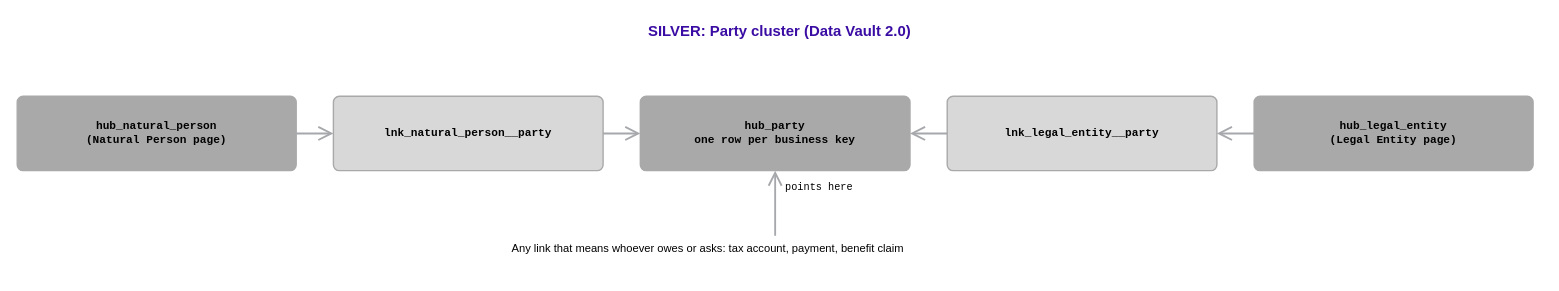
This is Rosetta/Business_Objects/Party.drawio from luisruizML/documents, a draw.io file, before an edit. Source tidied: cells renumbered, new cells numbered last; positions are measured from the earlier drawing's top-left corner, leaving out a move shared by most shapes. Both pictures are drawn from the tidied source at 93%, with x=0, y=0 at pixel (17, 16).
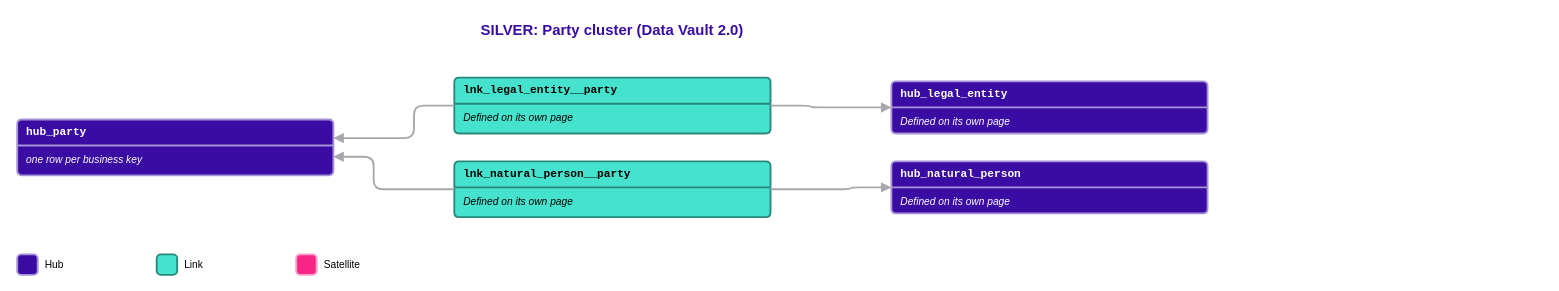
The same page after the edit.

The edit, as a diff of the source:
```diff
@@
-    <mxCell id="2" value="SILVER: Party cluster (Data Vault 2.0)" style="text;html=1;whiteSpace=wrap;labelBackgroundColor=none;fillColor=none;strokeColor=none;strokeWidth=0;fontColor=#3A0CA3;fontSize=16;fontFamily=Mulish;align=center;verticalAlign=top;fontStyle=1;" parent="1" vertex="1">
-      <mxGeometry width="1640" height="30" as="geometry" />
+    <mxCell id="2" value="SILVER: Party cluster (Data Vault 2.0)" style="text;html=1;whiteSpace=wrap;align=center;verticalAlign=middle;fontFamily=Mulish;fontStyle=1;fontSize=16;fontColor=#3A0CA3;" parent="1" vertex="1">
+      <mxGeometry width="1280" height="30" as="geometry" />
     </mxCell>
-    <mxCell id="3" value="hub_natural_person&lt;br&gt;(Natural Person page)" style="rounded=1;arcSize=8;html=1;whiteSpace=wrap;fillColor=#A9A9A9;strokeColor=#A9A9A9;strokeWidth=1.5;fontColor=#000000;fontSize=12;fontFamily=Courier New;verticalAlign=middle;align=center;fontStyle=1;" parent="1" vertex="1">
-      <mxGeometry y="86" width="300" height="80" as="geometry" />
-    </mxCell>
+    <mxCell id="15" value="hub_party" style="swimlane;html=1;whiteSpace=wrap;rounded=1;arcSize=6;startSize=28;fillColor=#3A0CA3;swimlaneFillColor=#3A0CA3;strokeColor=#A692D6;strokeWidth=2;fontFamily=Courier New;fontSize=12;fontStyle=1;fontColor=#FFFFFF;align=left;spacingLeft=8;" parent="1" vertex="1">
+      <mxGeometry y="111" width="340" height="60" as="geometry" />
+    </mxCell>
+    <mxCell id="16" value="one row per business key" style="text;html=1;whiteSpace=wrap;align=left;verticalAlign=top;fontFamily=Arial;fontSize=11;fontStyle=2;fontColor=#FFFFFF;spacingLeft=8;spacingRight=8;" parent="15" vertex="1">
+      <mxGeometry y="30" width="340" height="20" as="geometry" />
+    </mxCell>
+    <mxCell id="6" value="lnk_legal_entity__party" style="swimlane;html=1;whiteSpace=wrap;rounded=1;arcSize=6;startSize=28;fillColor=#45E3CD;swimlaneFillColor=#45E3CD;strokeColor=#29887B;strokeWidth=2;fontFamily=Courier New;fontSize=12;fontStyle=1;fontColor=#000000;align=left;spacingLeft=8;" parent="1" vertex="1">
+      <mxGeometry x="470" y="66" width="340" height="60" as="geometry" />
+    </mxCell>
+    <mxCell id="17" value="Defined on its own page" style="text;html=1;whiteSpace=wrap;align=left;verticalAlign=top;fontFamily=Arial;fontSize=11;fontStyle=2;fontColor=#000000;spacingLeft=8;spacingRight=8;" parent="6" vertex="1">
+      <mxGeometry y="30" width="340" height="20" as="geometry" />
+    </mxCell>
-    <mxCell id="4" value="lnk_natural_person__party" style="rounded=1;arcSize=8;html=1;whiteSpace=wrap;fillColor=#D8D8D8;strokeColor=#A9A9A9;strokeWidth=1.5;fontColor=#000000;fontSize=12;fontFamily=Courier New;verticalAlign=middle;align=center;fontStyle=1;" parent="1" vertex="1">
-      <mxGeometry x="340" y="86" width="290" height="80" as="geometry" />
+    <mxCell id="4" value="lnk_natural_person__party" style="swimlane;html=1;whiteSpace=wrap;rounded=1;arcSize=6;startSize=28;fillColor=#45E3CD;swimlaneFillColor=#45E3CD;strokeColor=#29887B;strokeWidth=2;fontFamily=Courier New;fontSize=12;fontStyle=1;fontColor=#000000;align=left;spacingLeft=8;" parent="1" vertex="1">
+      <mxGeometry x="470" y="156" width="340" height="60" as="geometry" />
     </mxCell>
-    <mxCell id="5" value="hub_party&lt;br&gt;one row per business key" style="rounded=1;arcSize=8;html=1;whiteSpace=wrap;fillColor=#A9A9A9;strokeColor=#A9A9A9;strokeWidth=1.5;fontColor=#000000;fontSize=12;fontFamily=Courier New;verticalAlign=middle;align=center;fontStyle=1;" parent="1" vertex="1">
-      <mxGeometry x="670" y="86" width="290" height="80" as="geometry" />
-    </mxCell>
-    <mxCell id="6" value="lnk_legal_entity__party" style="rounded=1;arcSize=8;html=1;whiteSpace=wrap;fillColor=#D8D8D8;strokeColor=#A9A9A9;strokeWidth=1.5;fontColor=#000000;fontSize=12;fontFamily=Courier New;verticalAlign=middle;align=center;fontStyle=1;" parent="1" vertex="1">
-      <mxGeometry x="1000" y="86" width="290" height="80" as="geometry" />
-    </mxCell>
-    <mxCell id="7" value="hub_legal_entity&lt;br&gt;(Legal Entity page)" style="rounded=1;arcSize=8;html=1;whiteSpace=wrap;fillColor=#A9A9A9;strokeColor=#A9A9A9;strokeWidth=1.5;fontColor=#000000;fontSize=12;fontFamily=Courier New;verticalAlign=middle;align=center;fontStyle=1;" parent="1" vertex="1">
-      <mxGeometry x="1330" y="86" width="300" height="80" as="geometry" />
-    </mxCell>
-    <mxCell id="8" value="Any link that means whoever owes or asks: tax account, payment, benefit claim" style="text;html=1;whiteSpace=wrap;labelBackgroundColor=none;fillColor=none;strokeColor=none;strokeWidth=0;fontColor=#000000;fontSize=12;fontFamily=Arial;align=left;verticalAlign=top;" parent="1" vertex="1">
-      <mxGeometry x="530" y="236" width="570" height="40" as="geometry" />
-    </mxCell>
-    <mxCell id="9" style="edgeStyle=orthogonalEdgeStyle;rounded=1;jettySize=auto;html=1;strokeColor=#A6A8AB;strokeWidth=2;endArrow=open;endFill=0;endSize=12;exitX=1;exitY=0.5;exitDx=0;exitDy=0;entryX=0;entryY=0.5;entryDx=0;entryDy=0;jumpStyle=arc;jumpSize=8;" parent="1" edge="1" source="3" target="4">
-      <mxGeometry relative="1" as="geometry" />
-    </mxCell>
-    <mxCell id="10" style="edgeStyle=orthogonalEdgeStyle;rounded=1;jettySize=auto;html=1;strokeColor=#A6A8AB;strokeWidth=2;endArrow=open;endFill=0;endSize=12;exitX=1;exitY=0.5;exitDx=0;exitDy=0;entryX=0;entryY=0.5;entryDx=0;entryDy=0;jumpStyle=arc;jumpSize=8;" parent="1" edge="1" source="4" target="5">
-      <mxGeometry relative="1" as="geometry" />
-    </mxCell>
-    <mxCell id="11" style="edgeStyle=orthogonalEdgeStyle;rounded=1;jettySize=auto;html=1;strokeColor=#A6A8AB;strokeWidth=2;endArrow=open;endFill=0;endSize=12;exitX=0;exitY=0.5;exitDx=0;exitDy=0;entryX=1;entryY=0.5;entryDx=0;entryDy=0;jumpStyle=arc;jumpSize=8;" parent="1" edge="1" source="6" target="5">
-      <mxGeometry relative="1" as="geometry" />
-    </mxCell>
-    <mxCell id="12" style="edgeStyle=orthogonalEdgeStyle;rounded=1;jettySize=auto;html=1;strokeColor=#A6A8AB;strokeWidth=2;endArrow=open;endFill=0;endSize=12;exitX=0;exitY=0.5;exitDx=0;exitDy=0;entryX=1;entryY=0.5;entryDx=0;entryDy=0;jumpStyle=arc;jumpSize=8;" parent="1" edge="1" source="7" target="6">
-      <mxGeometry relative="1" as="geometry" />
-    </mxCell>
-    <mxCell id="13" style="edgeStyle=orthogonalEdgeStyle;rounded=1;jettySize=auto;html=1;strokeColor=#A6A8AB;strokeWidth=2;endArrow=open;endFill=0;endSize=12;exitX=0.5;exitY=0;exitDx=0;exitDy=0;entryX=0.5;entryY=1;entryDx=0;entryDy=0;jumpStyle=arc;jumpSize=8;" parent="1" edge="1" source="8" target="5">
-      <mxGeometry relative="1" as="geometry" />
-    </mxCell>
-    <mxCell id="14" value="points here" style="edgeLabel;html=1;align=center;verticalAlign=middle;fontSize=11;labelBackgroundColor=#FFFFFF;fontColor=#000000;fontFamily=Courier New;" parent="13" vertex="1">
-      <mxGeometry x="0.5" relative="1" as="geometry">
-        <mxPoint x="46" as="offset" />
-      </mxGeometry>
-    </mxCell>
+    <mxCell id="18" value="Defined on its own page" style="text;html=1;whiteSpace=wrap;align=left;verticalAlign=top;fontFamily=Arial;fontSize=11;fontStyle=2;fontColor=#000000;spacingLeft=8;spacingRight=8;" parent="4" vertex="1">
+      <mxGeometry y="30" width="340" height="20" as="geometry" />
+    </mxCell>
+    <mxCell id="19" value="hub_legal_entity" style="swimlane;html=1;whiteSpace=wrap;rounded=1;arcSize=6;startSize=28;fillColor=#3A0CA3;swimlaneFillColor=#3A0CA3;strokeColor=#A692D6;strokeWidth=2;fontFamily=Courier New;fontSize=12;fontStyle=1;fontColor=#FFFFFF;align=left;spacingLeft=8;" parent="1" vertex="1">
+      <mxGeometry x="940" y="70" width="340" height="56" as="geometry" />
+    </mxCell>
+    <mxCell id="20" value="Defined on its own page" style="text;html=1;whiteSpace=wrap;align=left;verticalAlign=top;fontFamily=Arial;fontSize=11;fontStyle=2;fontColor=#FFFFFF;spacingLeft=8;spacingRight=8;" parent="19" vertex="1">
+      <mxGeometry y="30" width="340" height="20" as="geometry" />
+    </mxCell>
+    <mxCell id="21" value="hub_natural_person" style="swimlane;html=1;whiteSpace=wrap;rounded=1;arcSize=6;startSize=28;fillColor=#3A0CA3;swimlaneFillColor=#3A0CA3;strokeColor=#A692D6;strokeWidth=2;fontFamily=Courier New;fontSize=12;fontStyle=1;fontColor=#FFFFFF;align=left;spacingLeft=8;" parent="1" vertex="1">
+      <mxGeometry x="940" y="156" width="340" height="56" as="geometry" />
+    </mxCell>
+    <mxCell id="22" value="Defined on its own page" style="text;html=1;whiteSpace=wrap;align=left;verticalAlign=top;fontFamily=Arial;fontSize=11;fontStyle=2;fontColor=#FFFFFF;spacingLeft=8;spacingRight=8;" parent="21" vertex="1">
+      <mxGeometry y="30" width="340" height="20" as="geometry" />
+    </mxCell>
+    <mxCell id="23" style="edgeStyle=orthogonalEdgeStyle;rounded=1;jumpStyle=arc;jumpSize=8;html=1;strokeColor=#A6A8AB;strokeWidth=2;endArrow=block;endFill=1;exitX=1;exitY=0.5;exitDx=0;exitDy=0;entryX=0;entryY=0.5;entryDx=0;entryDy=0;labelBackgroundColor=#FFFFFF;fontFamily=Courier New;fontSize=11;fontColor=#000000;" parent="1" edge="1" source="6" target="19">
+      <mxGeometry x="-0.4" relative="1" as="geometry">
+        <Array as="points">
+          <mxPoint x="853.3" y="96" />
+          <mxPoint x="853.3" y="98" />
+        </Array>
+      </mxGeometry>
+    </mxCell>
+    <mxCell id="24" style="edgeStyle=orthogonalEdgeStyle;rounded=1;jumpStyle=arc;jumpSize=8;html=1;strokeColor=#A6A8AB;strokeWidth=2;endArrow=block;endFill=1;exitX=0;exitY=0.5;exitDx=0;exitDy=0;entryX=1;entryY=0.3333;entryDx=0;entryDy=0;labelBackgroundColor=#FFFFFF;fontFamily=Courier New;fontSize=11;fontColor=#000000;" parent="1" edge="1" source="6" target="15">
+      <mxGeometry x="-0.4" relative="1" as="geometry">
+        <Array as="points">
+          <mxPoint x="426.7" y="96" />
+          <mxPoint x="426.7" y="131" />
+        </Array>
+      </mxGeometry>
+    </mxCell>
+    <mxCell id="25" style="edgeStyle=orthogonalEdgeStyle;rounded=1;jumpStyle=arc;jumpSize=8;html=1;strokeColor=#A6A8AB;strokeWidth=2;endArrow=block;endFill=1;exitX=1;exitY=0.5;exitDx=0;exitDy=0;entryX=0;entryY=0.5;entryDx=0;entryDy=0;labelBackgroundColor=#FFFFFF;fontFamily=Courier New;fontSize=11;fontColor=#000000;" parent="1" edge="1" source="4" target="21">
+      <mxGeometry x="-0.4" relative="1" as="geometry">
+        <Array as="points">
+          <mxPoint x="896.7" y="186" />
+          <mxPoint x="896.7" y="184" />
+        </Array>
+      </mxGeometry>
+    </mxCell>
+    <mxCell id="26" style="edgeStyle=orthogonalEdgeStyle;rounded=1;jumpStyle=arc;jumpSize=8;html=1;strokeColor=#A6A8AB;strokeWidth=2;endArrow=block;endFill=1;exitX=0;exitY=0.5;exitDx=0;exitDy=0;entryX=1;entryY=0.6667;entryDx=0;entryDy=0;labelBackgroundColor=#FFFFFF;fontFamily=Courier New;fontSize=11;fontColor=#000000;" parent="1" edge="1" source="4" target="15">
+      <mxGeometry x="-0.4" relative="1" as="geometry">
+        <Array as="points">
+          <mxPoint x="383.3" y="186" />
+          <mxPoint x="383.3" y="151" />
+        </Array>
+      </mxGeometry>
+    </mxCell>
+    <mxCell id="27" style="rounded=1;arcSize=20;fillColor=#3A0CA3;strokeColor=#A692D6;strokeWidth=2;" parent="1" vertex="1">
+      <mxGeometry y="256" width="22" height="22" as="geometry" />
+    </mxCell>
+    <mxCell id="28" value="Hub" style="text;html=1;align=left;verticalAlign=middle;fontFamily=Arial;fontSize=11;fontColor=#000000;" parent="1" vertex="1">
+      <mxGeometry x="28" y="256" width="110" height="22" as="geometry" />
+    </mxCell>
+    <mxCell id="29" style="rounded=1;arcSize=20;fillColor=#45E3CD;strokeColor=#29887B;strokeWidth=2;" parent="1" vertex="1">
+      <mxGeometry x="150" y="256" width="22" height="22" as="geometry" />
+    </mxCell>
+    <mxCell id="30" value="Link" style="text;html=1;align=left;verticalAlign=middle;fontFamily=Arial;fontSize=11;fontColor=#000000;" parent="1" vertex="1">
+      <mxGeometry x="178" y="256" width="110" height="22" as="geometry" />
+    </mxCell>
+    <mxCell id="31" style="rounded=1;arcSize=20;fillColor=#F72586;strokeColor=#FB9DC9;strokeWidth=2;" parent="1" vertex="1">
+      <mxGeometry x="300" y="256" width="22" height="22" as="geometry" />
+    </mxCell>
+    <mxCell id="32" value="Satellite" style="text;html=1;align=left;verticalAlign=middle;fontFamily=Arial;fontSize=11;fontColor=#000000;" parent="1" vertex="1">
+      <mxGeometry x="328" y="256" width="110" height="22" as="geometry" />
+    </mxCell>
```
